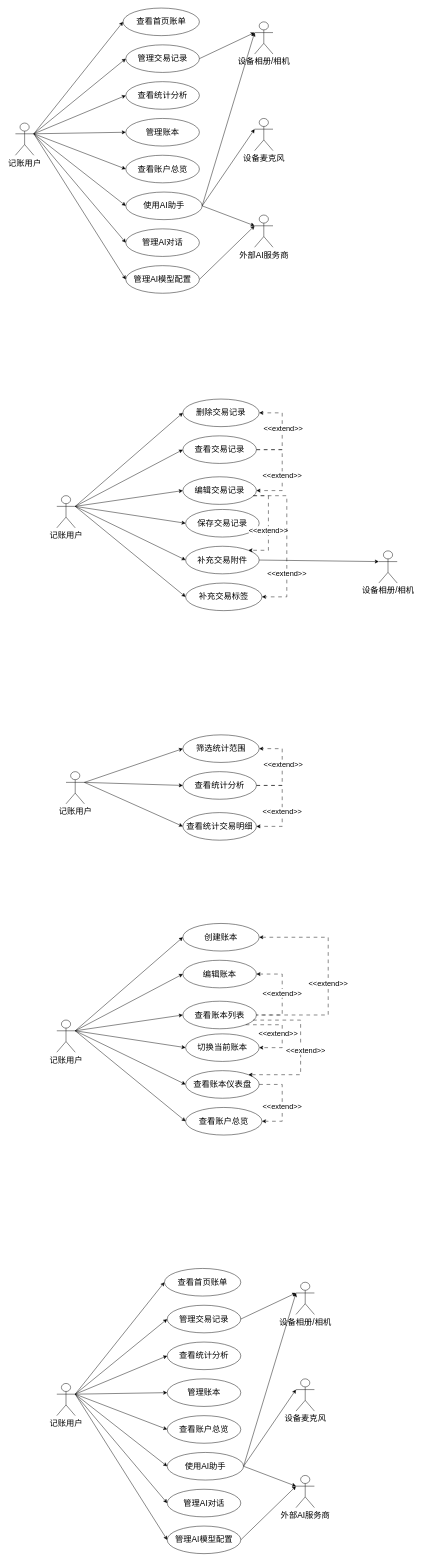
Earlier version of the draw.io diagram 懒得记账用例图.drawio (Jiu-Nuan/awesomeCodes). Source tidied: cells renumbered, new cells numbered last; positions are measured from the earlier drawing's top-left corner, leaving out a move shared by most shapes. Both pictures are drawn from the tidied source at 46%, with x=0, y=0 at pixel (15, 8).
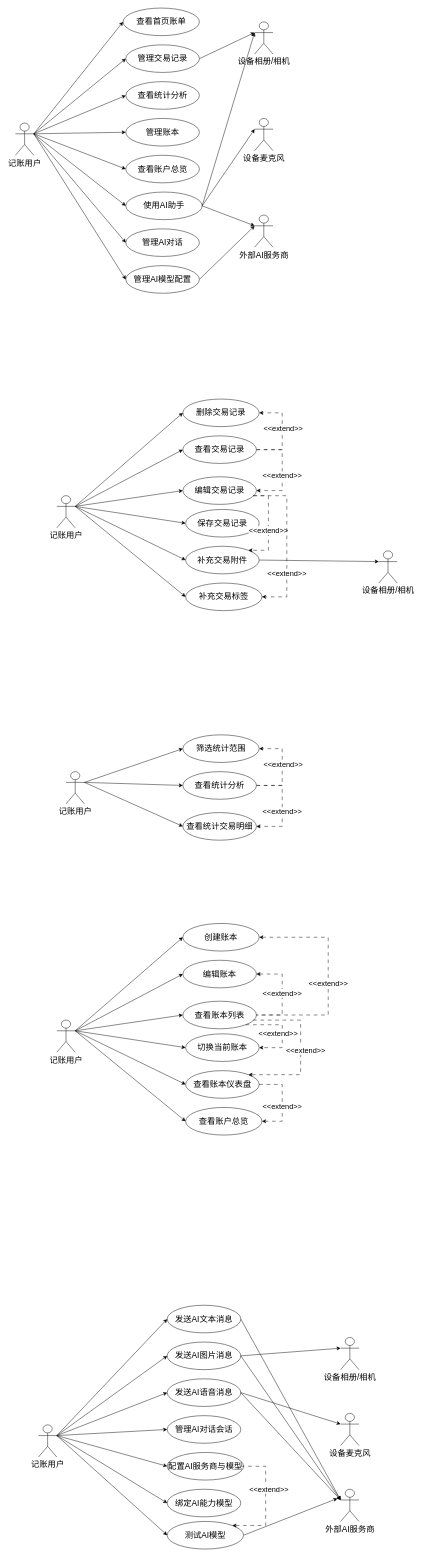
After the change.

Commit message:
更新懒得记账用例图.drawio

The edit, as a diff of the source:
```diff
@@
+    <mxCell id="109" style="rounded=0;jettySize=auto;html=1;exitX=1;exitY=0.5;exitDx=0;exitDy=0;" parent="1" edge="1" source="84">
+      <mxGeometry relative="1" as="geometry">
+        <mxPoint x="700" y="3240" as="targetPoint" />
+      </mxGeometry>
+    </mxCell>
-    <mxCell id="84" value="&lt;font style=&quot;font-size: 18px;&quot;&gt;查看首页账单&lt;/font&gt;" style="ellipse;whiteSpace=wrap;html=1;" parent="1" vertex="1">
-      <mxGeometry x="324" y="2740" width="166" height="60" as="geometry" />
+    <mxCell id="84" value="&lt;font style=&quot;font-size: 18px;&quot;&gt;测试AI模型&lt;/font&gt;" style="ellipse;whiteSpace=wrap;html=1;" parent="1" vertex="1">
+      <mxGeometry x="330" y="3290" width="166" height="60" as="geometry" />
     </mxCell>
+    <mxCell id="110" style="rounded=0;jettySize=auto;html=1;exitX=1;exitY=0.5;exitDx=0;exitDy=0;entryX=0;entryY=0.3333333333333333;entryDx=0;entryDy=0;entryPerimeter=0;" parent="1" edge="1" source="85" target="105">
+      <mxGeometry relative="1" as="geometry" />
+    </mxCell>
-    <mxCell id="85" value="&lt;span style=&quot;font-size: 18px;&quot;&gt;管理交易记录&lt;/span&gt;" style="ellipse;whiteSpace=wrap;html=1;" parent="1" vertex="1">
+    <mxCell id="85" value="&lt;span style=&quot;font-size: 18px;&quot;&gt;发送AI文本消息&lt;/span&gt;" style="ellipse;whiteSpace=wrap;html=1;" parent="1" vertex="1">
       <mxGeometry x="330" y="2820" width="160" height="60" as="geometry" />
     </mxCell>
-    <mxCell id="86" value="&lt;font style=&quot;font-size: 18px;&quot;&gt;查看统计分析&lt;/font&gt;" style="ellipse;whiteSpace=wrap;html=1;" parent="1" vertex="1">
+    <mxCell id="86" value="&lt;font style=&quot;font-size: 18px;&quot;&gt;发送AI图片消息&lt;/font&gt;" style="ellipse;whiteSpace=wrap;html=1;" parent="1" vertex="1">
       <mxGeometry x="330" y="2900" width="160" height="60" as="geometry" />
     </mxCell>
-    <mxCell id="87" value="&lt;span style=&quot;font-size: 18px;&quot;&gt;管理账本&lt;/span&gt;" style="ellipse;whiteSpace=wrap;html=1;" parent="1" vertex="1">
+    <mxCell id="87" value="&lt;span style=&quot;font-size: 18px;&quot;&gt;发送AI语音消息&lt;/span&gt;" style="ellipse;whiteSpace=wrap;html=1;" parent="1" vertex="1">
       <mxGeometry x="330" y="2980" width="160" height="60" as="geometry" />
     </mxCell>
-    <mxCell id="88" value="&lt;span style=&quot;font-size: 18px;&quot;&gt;查看账户总览&lt;/span&gt;" style="ellipse;whiteSpace=wrap;html=1;" parent="1" vertex="1">
+    <mxCell id="88" value="&lt;span style=&quot;font-size: 18px;&quot;&gt;管理AI对话会话&lt;/span&gt;" style="ellipse;whiteSpace=wrap;html=1;" parent="1" vertex="1">
       <mxGeometry x="330" y="3060" width="160" height="60" as="geometry" />
     </mxCell>
-    <mxCell id="89" style="rounded=0;jettySize=auto;html=1;exitX=1;exitY=0.5;exitDx=0;exitDy=0;entryX=0;entryY=0.3333333333333333;entryDx=0;entryDy=0;entryPerimeter=0;" parent="1" edge="1" source="90" target="103">
-      <mxGeometry relative="1" as="geometry" />
-    </mxCell>
-    <mxCell id="90" value="&lt;font style=&quot;font-size: 18px;&quot;&gt;使用AI助手&lt;/font&gt;" style="ellipse;whiteSpace=wrap;html=1;" parent="1" vertex="1">
+    <mxCell id="90" value="&lt;font style=&quot;font-size: 18px;&quot;&gt;配置AI服务商与模型&lt;/font&gt;" style="ellipse;whiteSpace=wrap;html=1;" parent="1" vertex="1">
       <mxGeometry x="330" y="3140" width="166" height="60" as="geometry" />
     </mxCell>
-    <mxCell id="91" value="&lt;font style=&quot;font-size: 18px;&quot;&gt;管理AI对话&lt;/font&gt;" style="ellipse;whiteSpace=wrap;html=1;" parent="1" vertex="1">
+    <mxCell id="91" value="&lt;font style=&quot;font-size: 18px;&quot;&gt;绑定AI能力模型&lt;/font&gt;" style="ellipse;whiteSpace=wrap;html=1;" parent="1" vertex="1">
       <mxGeometry x="330" y="3220" width="160" height="60" as="geometry" />
     </mxCell>
-    <mxCell id="92" style="rounded=0;jettySize=auto;html=1;exitX=1;exitY=0.5;exitDx=0;exitDy=0;entryX=0;entryY=0.3333333333333333;entryDx=0;entryDy=0;entryPerimeter=0;" parent="1" edge="1" source="93" target="105">
-      <mxGeometry relative="1" as="geometry" />
-    </mxCell>
-    <mxCell id="93" value="&lt;font style=&quot;font-size: 18px;&quot;&gt;管理AI模型配置&lt;/font&gt;" style="ellipse;whiteSpace=wrap;html=1;" parent="1" vertex="1">
-      <mxGeometry x="330" y="3300" width="160" height="60" as="geometry" />
-    </mxCell>
@@
-    <mxCell id="101" style="rounded=0;jettySize=auto;html=1;exitX=1;exitY=0.3333333333333333;exitDx=0;exitDy=0;exitPerimeter=0;entryX=0;entryY=0.5;entryDx=0;entryDy=0;" parent="1" edge="1" source="102" target="93">
-      <mxGeometry relative="1" as="geometry" />
-    </mxCell>
     <mxCell id="102" value="&lt;font style=&quot;font-size: 18px;&quot;&gt;记账用户&lt;/font&gt;" style="shape=umlActor;verticalLabelPosition=bottom;verticalAlign=top;html=1;" parent="1" vertex="1">
-      <mxGeometry x="90" y="2990" width="40" height="70" as="geometry" />
+      <mxGeometry x="50" y="3080" width="40" height="70" as="geometry" />
     </mxCell>
     <mxCell id="103" value="&lt;font style=&quot;font-size: 18px;&quot;&gt;设备相册/相机&lt;/font&gt;" style="shape=umlActor;verticalLabelPosition=bottom;verticalAlign=top;html=1;" parent="1" vertex="1">
-      <mxGeometry x="610" y="2770" width="40" height="70" as="geometry" />
+      <mxGeometry x="707" y="2890" width="40" height="70" as="geometry" />
     </mxCell>
     <mxCell id="104" value="&lt;span style=&quot;font-size: 18px;&quot;&gt;设备麦克风&lt;/span&gt;" style="shape=umlActor;verticalLabelPosition=bottom;verticalAlign=top;html=1;" parent="1" vertex="1">
-      <mxGeometry x="610" y="2980" width="40" height="70" as="geometry" />
+      <mxGeometry x="707" y="3055" width="40" height="70" as="geometry" />
     </mxCell>
     <mxCell id="105" value="&lt;font style=&quot;font-size: 18px;&quot;&gt;外部AI服务商&lt;/font&gt;" style="shape=umlActor;verticalLabelPosition=bottom;verticalAlign=top;html=1;" parent="1" vertex="1">
-      <mxGeometry x="610" y="3190" width="40" height="70" as="geometry" />
+      <mxGeometry x="707" y="3220" width="40" height="70" as="geometry" />
     </mxCell>
-    <mxCell id="106" style="rounded=0;jettySize=auto;html=1;exitX=1;exitY=0.5;exitDx=0;exitDy=0;entryX=0;entryY=0.3333333333333333;entryDx=0;entryDy=0;entryPerimeter=0;" parent="1" edge="1" source="90" target="105">
-      <mxGeometry relative="1" as="geometry" />
-    </mxCell>
-    <mxCell id="107" style="rounded=0;jettySize=auto;html=1;exitX=1;exitY=0.5;exitDx=0;exitDy=0;entryX=0;entryY=0.3333333333333333;entryDx=0;entryDy=0;entryPerimeter=0;" parent="1" edge="1" source="90" target="104">
+    <mxCell id="107" style="rounded=0;jettySize=auto;html=1;exitX=1;exitY=0.5;exitDx=0;exitDy=0;entryX=0;entryY=0.3333333333333333;entryDx=0;entryDy=0;entryPerimeter=0;" parent="1" edge="1" source="87" target="104">
       <mxGeometry relative="1" as="geometry" />
     </mxCell>
-    <mxCell id="108" style="rounded=0;jettySize=auto;html=1;exitX=1;exitY=0.5;exitDx=0;exitDy=0;entryX=0;entryY=0.3333333333333333;entryDx=0;entryDy=0;entryPerimeter=0;" parent="1" edge="1" source="85" target="103">
-      <mxGeometry relative="1" as="geometry" />
-    </mxCell>
+    <mxCell id="111" style="rounded=0;jettySize=auto;html=1;exitX=1;exitY=0.5;exitDx=0;exitDy=0;entryX=0;entryY=0.3333333333333333;entryDx=0;entryDy=0;entryPerimeter=0;" parent="1" edge="1" source="87" target="105">
+      <mxGeometry relative="1" as="geometry" />
+    </mxCell>
+    <mxCell id="112" style="rounded=0;jettySize=auto;html=1;exitX=1;exitY=0.5;exitDx=0;exitDy=0;entryX=0;entryY=0.3333333333333333;entryDx=0;entryDy=0;entryPerimeter=0;" parent="1" edge="1" source="86" target="105">
+      <mxGeometry relative="1" as="geometry" />
+    </mxCell>
+    <mxCell id="113" style="rounded=0;jettySize=auto;html=1;exitX=1;exitY=0.5;exitDx=0;exitDy=0;entryX=0;entryY=0.3333333333333333;entryDx=0;entryDy=0;entryPerimeter=0;" parent="1" edge="1" source="86" target="103">
+      <mxGeometry relative="1" as="geometry" />
+    </mxCell>
+    <mxCell id="114" style="rounded=0;jettySize=auto;html=1;dashed=1;dashPattern=8 8;edgeStyle=orthogonalEdgeStyle;entryX=1;entryY=0;entryDx=0;entryDy=0;exitX=1;exitY=0.5;exitDx=0;exitDy=0;" parent="1" edge="1" target="84">
+      <mxGeometry relative="1" as="geometry">
+        <mxPoint x="490" y="3170" as="sourcePoint" />
+        <Array as="points">
+          <mxPoint x="544" y="3170" />
+          <mxPoint x="544" y="3299" />
+        </Array>
+      </mxGeometry>
+    </mxCell>
+    <mxCell id="115" value="&amp;lt;&amp;lt;extend&amp;gt;&amp;gt;" style="edgeLabel;html=1;align=center;verticalAlign=middle;fontSize=16;" parent="114" vertex="1">
+      <mxGeometry x="0.11" y="-1" relative="1" as="geometry">
+        <mxPoint x="7" y="-39" as="offset" />
+      </mxGeometry>
+    </mxCell>
```
